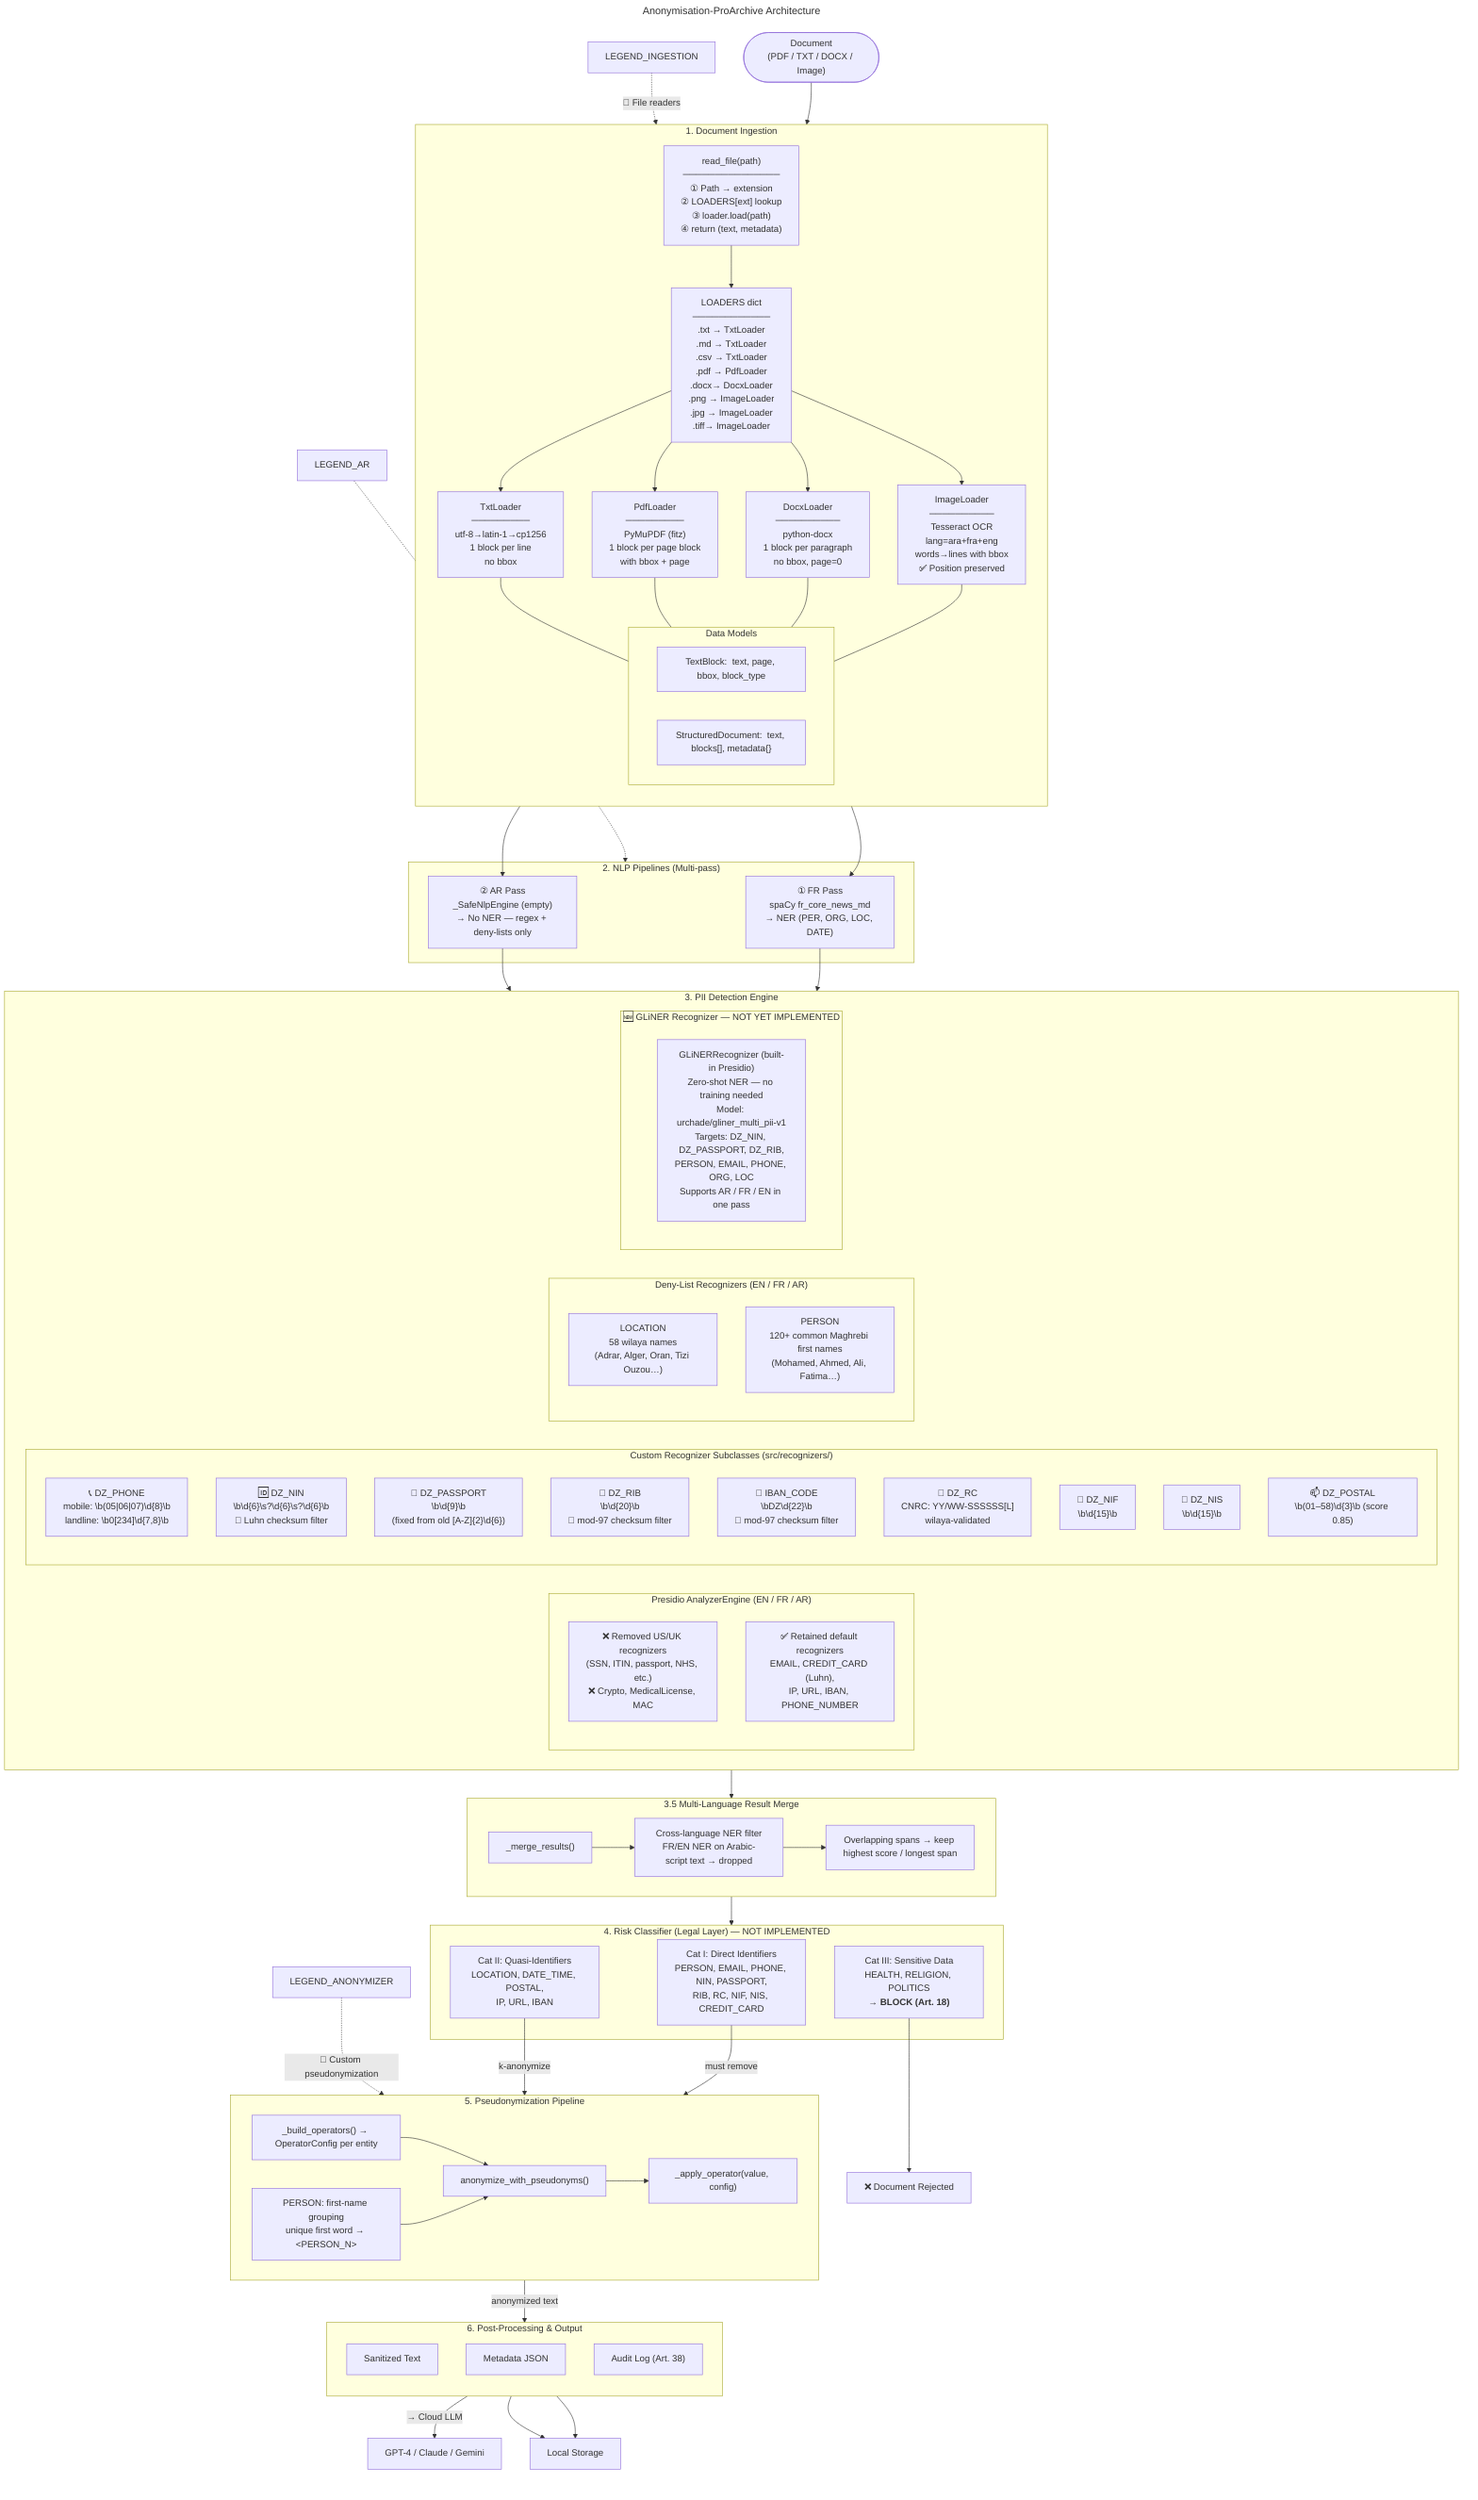
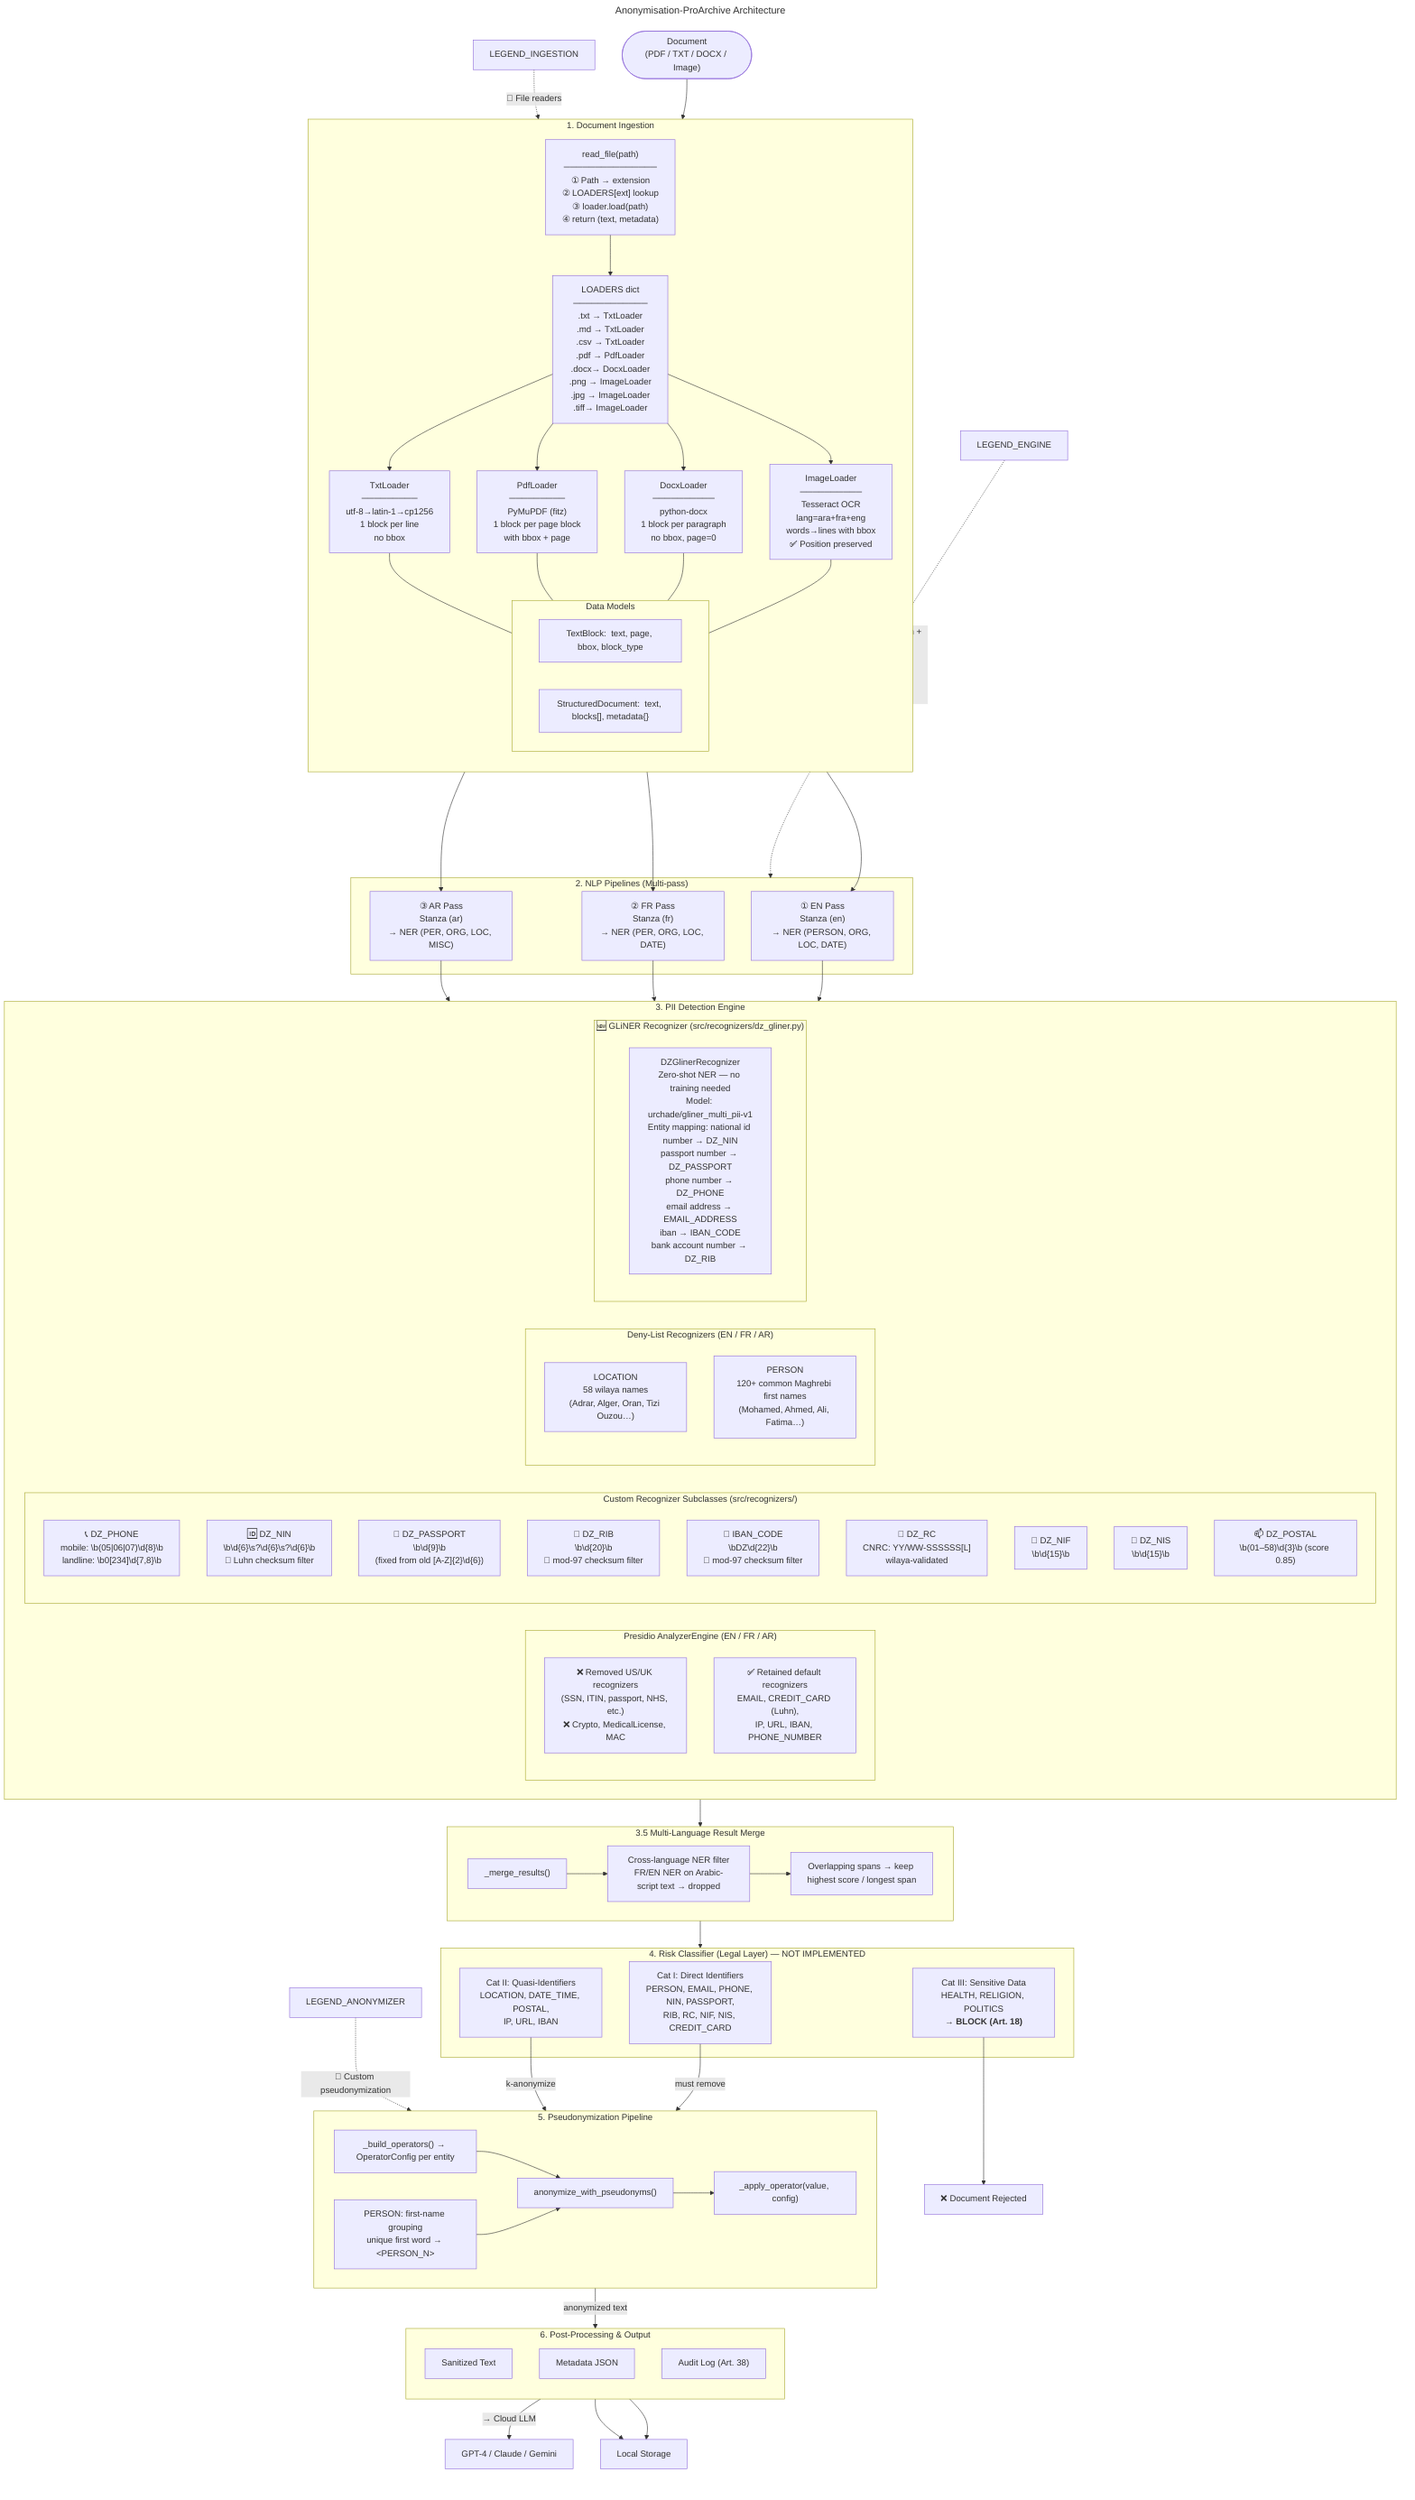
---
title: Anonymisation-ProArchive Architecture
---

flowchart TB
    %% ── Input ──
    INPUT(["Document<br/>(PDF / TXT / DOCX / Image)"])
    INPUT --> INGESTION

    %% ── 1. Ingestion Layer ──
    subgraph INGESTION ["1. Document Ingestion"]
        direction TB
        READ["read_file(path)
        ───────────────
        ① Path → extension
        ② LOADERS[ext] lookup
        ③ loader.load(path)
        ④ return (text, metadata)"]

        subgraph MODELS ["Data Models"]
            TB_MODEL["TextBlock:  text, page, bbox, block_type"]
            SD_MODEL["StructuredDocument:  text, blocks[], metadata{}"]
        end

        REG["LOADERS dict
        ────────────
        .txt → TxtLoader
        .md  → TxtLoader
        .csv → TxtLoader
        .pdf → PdfLoader
        .docx→ DocxLoader
        .png → ImageLoader
        .jpg → ImageLoader
        .tiff→ ImageLoader"]

        TXT["TxtLoader
        ─────────
        utf-8→latin-1→cp1256
        1 block per line
        no bbox"]

        PDF["PdfLoader
        ─────────
        PyMuPDF (fitz)
        1 block per page block
        with bbox + page"]

        DOCX["DocxLoader
        ──────────
        python-docx
        1 block per paragraph
        no bbox, page=0"]

        IMG["ImageLoader
        ──────────
        Tesseract OCR
        lang=ara+fra+eng
        words→lines with bbox
        ✅ Position preserved"]

        READ --> REG
        REG --> TXT
        REG --> PDF
        REG --> DOCX
        REG --> IMG
        TXT --- MODELS
        PDF --- MODELS
        DOCX --- MODELS
        IMG --- MODELS
    end

-     %% ── 2. NLP Pipelines (Multi-pass: FR then AR) ──
+     %% ── 2. NLP Pipelines (Multi-pass: EN + FR + AR) ──
    subgraph NLP ["2. NLP Pipelines (Multi-pass)"]
-         FR_PIPELINE["① FR Pass<br/>spaCy fr_core_news_md<br/>→ NER (PER, ORG, LOC, DATE)"]
-         AR_PIPELINE["② AR Pass<br/>_SafeNlpEngine (empty)<br/>→ No NER — regex + deny-lists only"]
+         EN_PIPELINE["① EN Pass<br/>Stanza (en)<br/>→ NER (PERSON, ORG, LOC, DATE)"]
+         FR_PIPELINE["② FR Pass<br/>Stanza (fr)<br/>→ NER (PER, ORG, LOC, DATE)"]
+         AR_PIPELINE["③ AR Pass<br/>Stanza (ar)<br/>→ NER (PER, ORG, LOC, MISC)"]
    end

+     INGESTION --> EN_PIPELINE
    INGESTION --> FR_PIPELINE
    INGESTION --> AR_PIPELINE

+     EN_PIPELINE --> ANALYZER
    FR_PIPELINE --> ANALYZER
    AR_PIPELINE --> ANALYZER

    %% ── 3. Analyzer (Detection) ──
    subgraph ANALYZER ["3. PII Detection Engine"]

        subgraph PRESIDIO_CORE ["Presidio AnalyzerEngine (EN / FR / AR)"]
            REMOVED["❌ Removed US/UK recognizers<br/>(SSN, ITIN, passport, NHS, etc.)<br/>❌ Crypto, MedicalLicense, MAC"]
            KEPT["✅ Retained default recognizers<br/>EMAIL, CREDIT_CARD (Luhn),<br/>IP, URL, IBAN, PHONE_NUMBER"]
        end

        subgraph ALGERIAN ["Custom Recognizer Subclasses (src/recognizers/)"]
            DZ_PHONE["📞 DZ_PHONE<br/>mobile: \b(05|06|07)\d{8}\b<br/>landline: \b0[234]\d{7,8}\b"]
            DZ_NIN["🆔 DZ_NIN<br/>\b\d{6}\s?\d{6}\s?\d{6}\b<br/>🔢 Luhn checksum filter"]
            DZ_PASSPORT["📘 DZ_PASSPORT<br/>\b\d{9}\b<br/>(fixed from old [A-Z]{2}\d{6})"]
            DZ_RIB["🏦 DZ_RIB<br/>\b\d{20}\b<br/>🔢 mod-97 checksum filter"]
            DZ_IBAN["🏦 IBAN_CODE<br/>\bDZ\d{22}\b<br/>🔢 mod-97 checksum filter"]
            DZ_RC["🏢 DZ_RC<br/>CNRC: YY/WW-SSSSSS[L]<br/>wilaya-validated"]
            DZ_NIF["🧾 DZ_NIF<br/>\b\d{15}\b"]
            DZ_NIS["🧾 DZ_NIS<br/>\b\d{15}\b"]
            DZ_POSTAL["📫 DZ_POSTAL<br/>\b(01–58)\d{3}\b (score 0.85)"]
        end

        subgraph DENY_LISTS ["Deny-List Recognizers (EN / FR / AR)"]
            LOC_DENY["LOCATION<br/>58 wilaya names<br/>(Adrar, Alger, Oran, Tizi Ouzou…)"]
            PER_DENY["PERSON<br/>120+ common Maghrebi first names<br/>(Mohamed, Ahmed, Ali, Fatima…)"]
        end

-         subgraph GLINER ["🆕 GLiNER Recognizer — NOT YET IMPLEMENTED"]
-             GLINER_ENGINE["GLiNERRecognizer (built-in Presidio)<br/>Zero-shot NER — no training needed<br/>Model: urchade/gliner_multi_pii-v1<br/>Targets: DZ_NIN, DZ_PASSPORT, DZ_RIB,<br/>PERSON, EMAIL, PHONE, ORG, LOC<br/>Supports AR / FR / EN in one pass"]
+         subgraph GLINER ["🆕 GLiNER Recognizer (src/recognizers/dz_gliner.py)"]
+             GLINER_ENGINE["DZGlinerRecognizer<br/>Zero-shot NER — no training needed<br/>Model: urchade/gliner_multi_pii-v1<br/>Entity mapping: national id number → DZ_NIN<br/>passport number → DZ_PASSPORT<br/>phone number → DZ_PHONE<br/>email address → EMAIL_ADDRESS<br/>iban → IBAN_CODE<br/>bank account number → DZ_RIB"]
        end
    end

    ANALYZER --> MERGE

    %% ── 3.5 Result Merge (multi-language) ──
    subgraph MERGE ["3.5 Multi-Language Result Merge"]
        MERGE_FN["_merge_results()"]
        FILTER["Cross-language NER filter<br/>FR/EN NER on Arabic-script text → dropped"]
        OVERLAP["Overlapping spans → keep highest score / longest span"]
        MERGE_FN --> FILTER
        FILTER --> OVERLAP
    end

    MERGE --> RISK_CLASSIFIER

    %% ── 4. Risk Classifier ──
    subgraph RISK_CLASSIFIER ["4. Risk Classifier (Legal Layer) — NOT IMPLEMENTED"]
        CAT_I["Cat I: Direct Identifiers<br/>PERSON, EMAIL, PHONE, NIN, PASSPORT,<br/>RIB, RC, NIF, NIS, CREDIT_CARD"]
        CAT_II["Cat II: Quasi-Identifiers<br/>LOCATION, DATE_TIME, POSTAL,<br/>IP, URL, IBAN"]
        CAT_III["Cat III: Sensitive Data<br/>HEALTH, RELIGION, POLITICS<br/><b>→ BLOCK (Art. 18)</b>"]
    end

    CAT_I -->|must remove| ANONYMIZER
    CAT_II -->|k-anonymize| ANONYMIZER
    CAT_III --> BLOCK["❌ Document Rejected"]

    ANONYMIZER -->|anonymized text| OUTPUT

    %% ── 5. Anonymizer (Custom Pseudonymization) ──
    subgraph ANONYMIZER ["5. Pseudonymization Pipeline"]
        OPS["_build_operators() → OperatorConfig per entity"]
        PSEUDO["anonymize_with_pseudonyms()"]
        GROUP["PERSON: first-name grouping<br/>unique first word → &lt;PERSON_N&gt;"]
        APPLY["_apply_operator(value, config)"]

        OPS --> PSEUDO
        GROUP --> PSEUDO
        PSEUDO --> APPLY
    end

    %% ── 6. Post-Processing & Output ──
    subgraph OUTPUT ["6. Post-Processing & Output"]
        direction TB
        TEXT_OUT["Sanitized Text"]
        META_OUT["Metadata JSON"]
        AUDIT["Audit Log (Art. 38)"]
    end

    TEXT_OUT -->|"→ Cloud LLM"| LLM["GPT-4 / Claude / Gemini"]
    META_OUT --> LOCAL["Local Storage"]
    AUDIT --> LOCAL

    %% ── Legend ──
    LEGEND_INGESTION -.->|"📄 File readers"| INGESTION
    LEGEND_ANONYMIZER -.->|"🔐 Custom pseudonymization"| ANONYMIZER
-     LEGEND_AR -.->|"⚠️ Arabic: no NER model — regex only"| NLP
+     LEGEND_ENGINE -.->|"🔁 StanzaNlpEngine (en + fr + ar)<br/>Replaced spaCy + _SafeNlpEngine<br/>Shared singleton via get_analyzer()"| NLP
